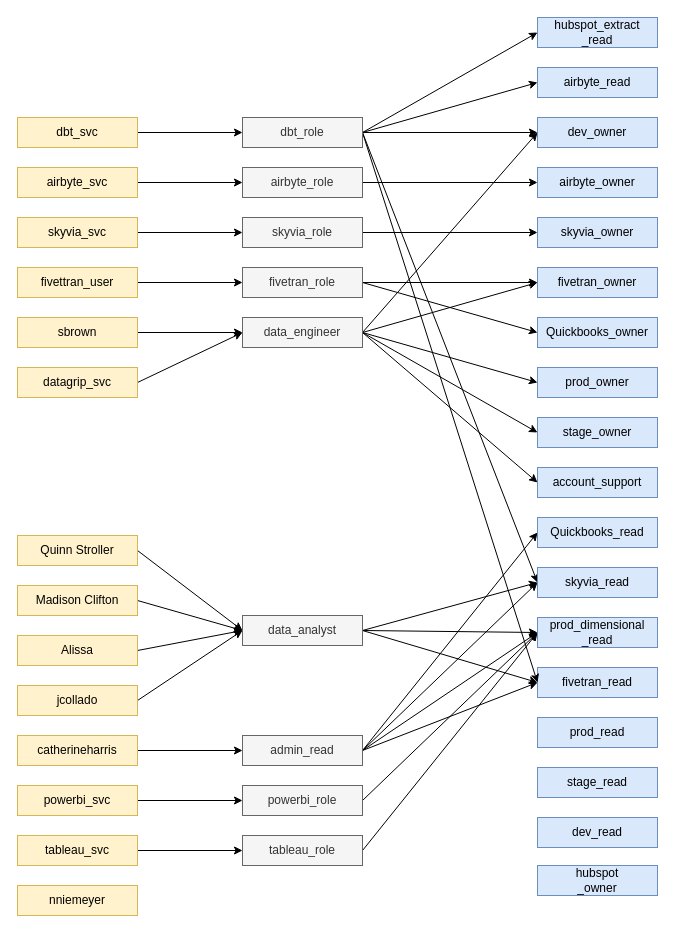
This is Documentation/Snowflake Security Diagram.drawio from samsolo512/transactly, a draw.io file, before an edit. Source tidied: cells renumbered, new cells numbered last; positions are measured from the earlier drawing's top-left corner, leaving out a move shared by most shapes. Both pictures are drawn from the tidied source at 100%, with x=0, y=0 at pixel (17, 17).
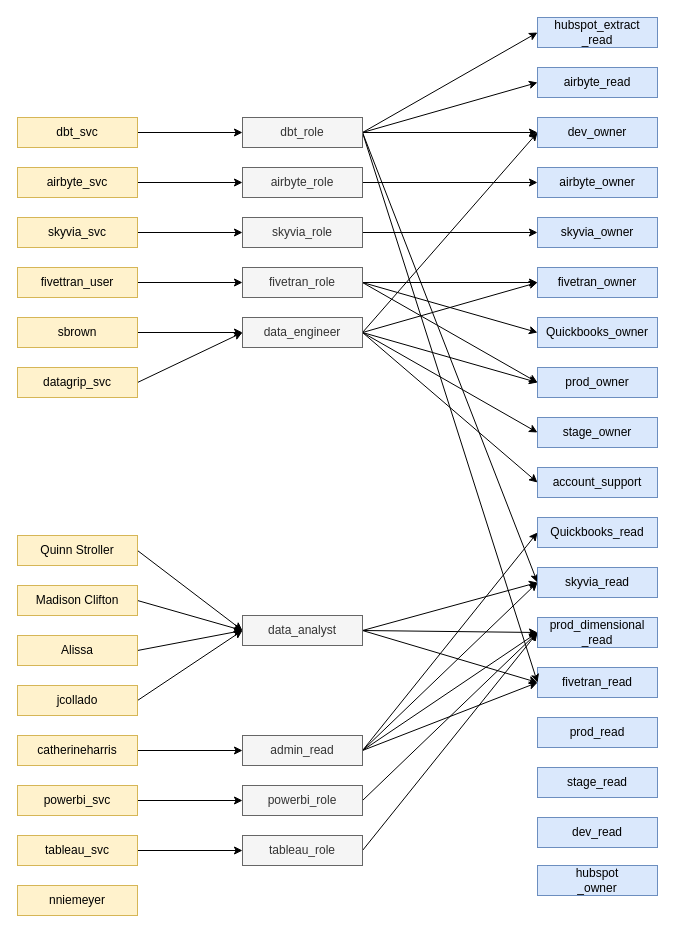
Above is the later version.

The change refers to these unchanged cells:
```xml
<mxCell id="21" value="fivetran_role" style="rounded=0;whiteSpace=wrap;html=1;fillColor=#f5f5f5;fontColor=#333333;strokeColor=#666666;" parent="1" vertex="1">
  <mxGeometry x="225" y="250" width="120" height="30" as="geometry" />
</mxCell>
<mxCell id="34" value="prod_owner" style="rounded=0;whiteSpace=wrap;html=1;fillColor=#dae8fc;strokeColor=#6c8ebf;" parent="1" vertex="1">
  <mxGeometry x="520" y="350" width="120" height="30" as="geometry" />
</mxCell>
```

Diff of the diagram source:
```diff
@@
+    <mxCell id="79" style="rounded=0;jettySize=auto;html=1;entryX=0;entryY=0.5;entryDx=0;entryDy=0;exitX=1;exitY=0.5;exitDx=0;exitDy=0;" parent="1" edge="1" source="21" target="34">
+      <mxGeometry relative="1" as="geometry" />
+    </mxCell>
```
